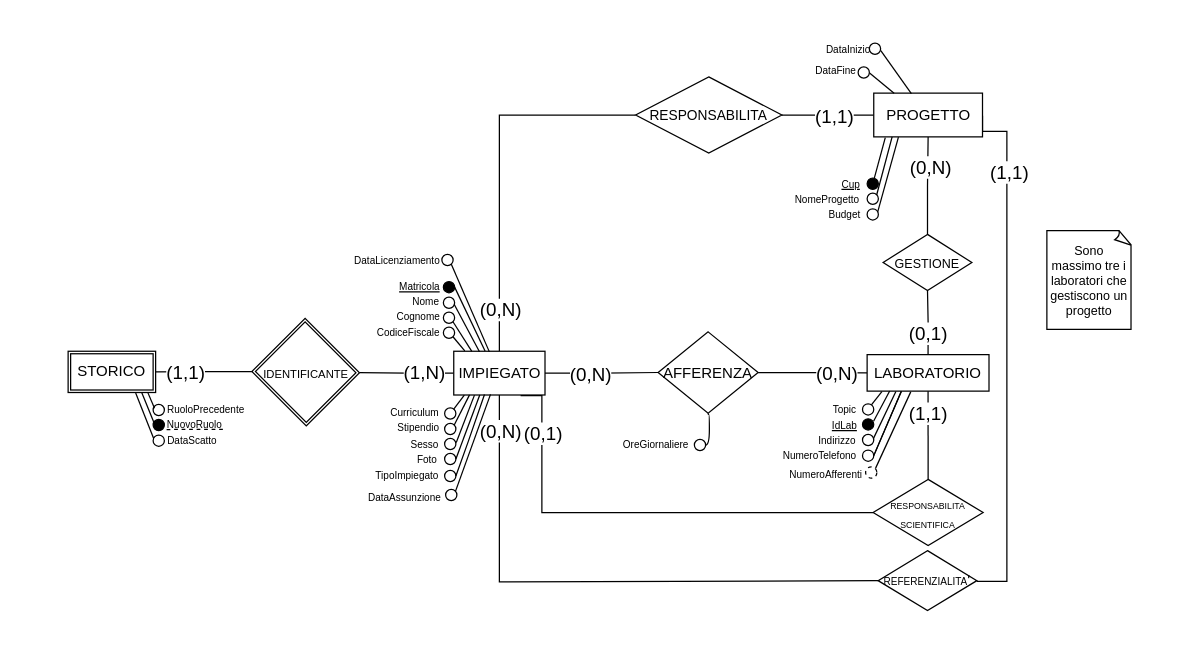
terrecruis/Progetto-Azienda keeps this draw.io diagram as DIAGRAMMI E MAPPING/Ristrutturato/Ristrutturato_E:R.drawio. Above is the earlier version. Source tidied: cells renumbered, new cells numbered last; positions are measured from the earlier drawing's top-left corner, leaving out a move shared by most shapes. Both pictures are drawn from the tidied source at 125%, with x=0, y=0 at pixel (68, 35).
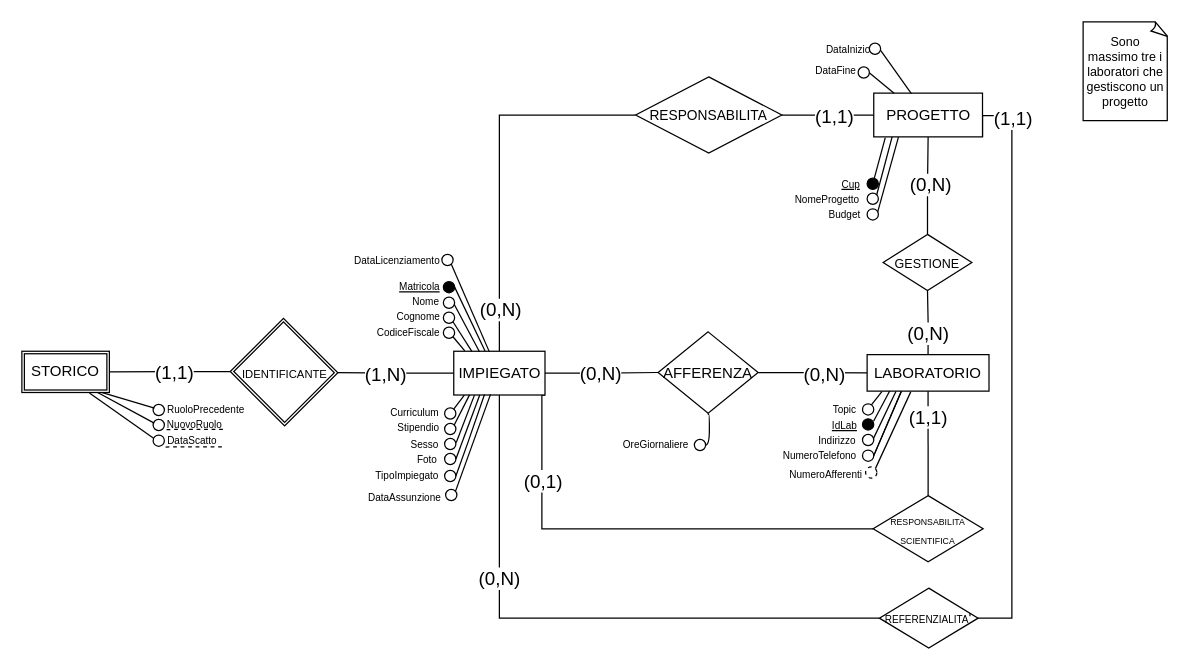
The same diagram, later.

The change refers to these unchanged cells:
```xml
<mxCell id="2" style="edgeStyle=orthogonalEdgeStyle;rounded=0;jettySize=auto;html=1;endArrow=none;endFill=0;exitX=0;exitY=0.5;exitDx=0;exitDy=0;labelBackgroundColor=none;fontColor=default;entryX=1;entryY=0;entryDx=0;entryDy=0;" parent="1" edge="1" source="31" target="82">
  <mxGeometry relative="1" as="geometry" />
</mxCell>
<mxCell id="4" style="edgeStyle=orthogonalEdgeStyle;rounded=0;jettySize=auto;html=1;endArrow=none;endFill=0;endSize=6;jumpStyle=none;align=center;exitX=1;exitY=0.5;exitDx=0;exitDy=0;labelBackgroundColor=none;fontColor=default;" parent="1" edge="1" source="31" target="12">
  <mxGeometry relative="1" as="geometry" />
</mxCell>
<mxCell id="6" style="edgeStyle=orthogonalEdgeStyle;rounded=0;jettySize=auto;html=1;endArrow=none;endFill=0;exitX=0.5;exitY=0;exitDx=0;exitDy=0;labelBackgroundColor=none;fontColor=default;" parent="1" edge="1" source="32" target="15">
  <mxGeometry relative="1" as="geometry" />
</mxCell>
<mxCell id="8" style="edgeStyle=orthogonalEdgeStyle;rounded=0;jettySize=auto;html=1;endArrow=none;endFill=0;entryX=1;entryY=0.5;entryDx=0;entryDy=0;labelBackgroundColor=none;fontColor=default;exitX=0;exitY=1;exitDx=0;exitDy=0;" parent="1" edge="1" source="82" target="81">
  <mxGeometry relative="1" as="geometry" />
</mxCell>
<mxCell id="10" style="edgeStyle=orthogonalEdgeStyle;rounded=0;jettySize=auto;html=1;endArrow=none;endFill=0;entryX=0;entryY=0.5;entryDx=0;entryDy=0;exitX=1;exitY=0.5;exitDx=0;exitDy=0;labelBackgroundColor=none;fontColor=default;" parent="1" edge="1" source="12" target="32">
  <mxGeometry relative="1" as="geometry" />
</mxCell>
<mxCell id="13" style="edgeStyle=orthogonalEdgeStyle;rounded=0;jettySize=auto;html=1;endArrow=none;endFill=0;entryX=0.5;entryY=1;entryDx=0;entryDy=0;labelBackgroundColor=none;fontColor=default;" parent="1" edge="1" source="15" target="33">
  <mxGeometry relative="1" as="geometry" />
</mxCell>
<mxCell id="31" value="IMPIEGATO" style="rounded=0;whiteSpace=wrap;html=1;labelBackgroundColor=none;" parent="1" vertex="1">
  <mxGeometry x="308.5" y="252.5" width="73" height="35" as="geometry" />
</mxCell>
<mxCell id="33" value="PROGETTO" style="rounded=0;whiteSpace=wrap;html=1;labelBackgroundColor=none;" parent="1" vertex="1">
  <mxGeometry x="644.5" y="46" width="87" height="35" as="geometry" />
</mxCell>
```

What changed in the source:
```diff
@@
     <mxCell id="3" value="&lt;font style=&quot;font-size: 15px;&quot;&gt;(1,N)&lt;/font&gt;" style="edgeLabel;html=1;align=center;verticalAlign=middle;" parent="2" vertex="1">
       <mxGeometry x="-0.41" relative="1" as="geometry">
-        <mxPoint x="-2" y="-2" as="offset" />
+        <mxPoint x="-28" as="offset" />
       </mxGeometry>
     </mxCell>
@@
     <mxCell id="5" value="&lt;font style=&quot;font-size: 15px;&quot;&gt;(0,N)&lt;/font&gt;" style="edgeLabel;html=1;align=center;verticalAlign=middle;" parent="4" vertex="1">
       <mxGeometry x="-0.58" y="1" relative="1" as="geometry">
-        <mxPoint x="17" y="1" as="offset" />
+        <mxPoint x="25" as="offset" />
       </mxGeometry>
     </mxCell>
@@
-    <mxCell id="7" value="(0,1)" style="edgeLabel;html=1;align=center;verticalAlign=middle;fontSize=15;" parent="6" vertex="1">
+    <mxCell id="7" value="(0,N)" style="edgeLabel;html=1;align=center;verticalAlign=middle;fontSize=15;" parent="6" vertex="1">
       <mxGeometry x="-0.38" y="-1" relative="1" as="geometry">
         <mxPoint x="-1" y="-2" as="offset" />
       </mxGeometry>
     </mxCell>
@@
     <mxCell id="9" value="&lt;font style=&quot;font-size: 15px;&quot;&gt;(1,1)&lt;/font&gt;" style="edgeLabel;html=1;align=center;verticalAlign=middle;" parent="8" vertex="1">
-      <mxGeometry x="0.4" y="-1" relative="1" as="geometry" />
+      <mxGeometry x="0.4" y="-1" relative="1" as="geometry">
+        <mxPoint x="22" as="offset" />
+      </mxGeometry>
     </mxCell>
@@
     <mxCell id="11" value="(0,N)" style="edgeLabel;html=1;align=center;verticalAlign=middle;fontSize=15;" parent="10" vertex="1">
       <mxGeometry x="0.57" relative="1" as="geometry">
-        <mxPoint x="-6" as="offset" />
+        <mxPoint x="-16" y="1" as="offset" />
       </mxGeometry>
     </mxCell>
@@
     <mxCell id="14" value="(0,N)" style="edgeLabel;html=1;align=center;verticalAlign=middle;fontSize=15;" parent="13" vertex="1">
       <mxGeometry x="0.61" relative="1" as="geometry">
-        <mxPoint x="1" y="8" as="offset" />
+        <mxPoint x="1" y="22" as="offset" />
       </mxGeometry>
     </mxCell>
@@
     <mxCell id="21" value="&lt;font style=&quot;font-size: 8px;&quot;&gt;REFERENZIALITA&lt;/font&gt;'" style="rhombus;whiteSpace=wrap;html=1;rounded=0;labelBackgroundColor=none;fillColor=default;" parent="1" vertex="1">
-      <mxGeometry x="648" y="412" width="79" height="48" as="geometry" />
+      <mxGeometry x="649" y="442" width="79" height="48" as="geometry" />
     </mxCell>
     <mxCell id="22" style="endArrow=none;html=1;exitX=0.5;exitY=1;exitDx=0;exitDy=0;edgeStyle=orthogonalEdgeStyle;rounded=0;labelBackgroundColor=none;fontColor=default;entryX=0;entryY=0.5;entryDx=0;entryDy=0;" parent="1" edge="1" source="31" target="21">
       <mxGeometry relative="1" as="geometry">
         <Array as="points">
-          <mxPoint x="345" y="437" />
+          <mxPoint x="345" y="466" />
         </Array>
       </mxGeometry>
     </mxCell>
     <mxCell id="23" value="(0,N)" style="edgeLabel;html=1;align=center;verticalAlign=middle;fontSize=15;" parent="22" vertex="1">
       <mxGeometry x="-0.9" y="1" relative="1" as="geometry">
-        <mxPoint x="-1" y="5" as="offset" />
+        <mxPoint x="-2" y="122" as="offset" />
       </mxGeometry>
     </mxCell>
-    <mxCell id="24" style="endArrow=none;html=1;exitX=1;exitY=0.5;exitDx=0;exitDy=0;entryX=1;entryY=0.5;entryDx=0;entryDy=0;edgeStyle=orthogonalEdgeStyle;rounded=0;labelBackgroundColor=none;fontColor=default;" parent="1" edge="1">
+    <mxCell id="24" style="endArrow=none;html=1;exitX=1;exitY=0.5;exitDx=0;exitDy=0;entryX=1;entryY=1;entryDx=0;entryDy=0;edgeStyle=orthogonalEdgeStyle;rounded=0;labelBackgroundColor=none;fontColor=default;" parent="1" edge="1" source="21" target="33">
       <mxGeometry relative="1" as="geometry">
-        <mxPoint x="727" y="436.5" as="sourcePoint" />
-        <mxPoint x="731.5" y="64" as="targetPoint" />
         <Array as="points">
-          <mxPoint x="751" y="436.5" />
-          <mxPoint x="751" y="76.5" />
-          <mxPoint x="732" y="76.5" />
+          <mxPoint x="755" y="466" />
+          <mxPoint x="755" y="64" />
+          <mxPoint x="732" y="64" />
         </Array>
       </mxGeometry>
     </mxCell>
     <mxCell id="25" value="(1,1)" style="edgeLabel;html=1;align=center;verticalAlign=middle;fontSize=15;" parent="24" vertex="1">
       <mxGeometry x="0.88" y="-1" relative="1" as="geometry">
-        <mxPoint x="8" y="33" as="offset" />
+        <mxPoint x="12" y="2" as="offset" />
       </mxGeometry>
     </mxCell>
-    <mxCell id="26" style="endArrow=none;html=1;entryX=0;entryY=0.5;entryDx=0;entryDy=0;edgeStyle=orthogonalEdgeStyle;rounded=0;labelBackgroundColor=none;fontColor=default;" parent="1" edge="1" target="28">
+    <mxCell id="26" style="endArrow=none;html=1;entryX=0;entryY=0.5;entryDx=0;entryDy=0;edgeStyle=orthogonalEdgeStyle;rounded=0;labelBackgroundColor=none;fontColor=default;exitX=1;exitY=1;exitDx=0;exitDy=0;" parent="1" edge="1" source="31" target="28">
       <mxGeometry relative="1" as="geometry">
-        <mxPoint x="362" y="288" as="sourcePoint" />
         <Array as="points">
           <mxPoint x="379" y="288" />
-          <mxPoint x="379" y="382" />
+          <mxPoint x="379" y="394" />
+          <mxPoint x="644" y="394" />
         </Array>
       </mxGeometry>
     </mxCell>
     <mxCell id="27" value="(0,1)" style="edgeLabel;html=1;align=center;verticalAlign=middle;fontSize=15;" parent="26" vertex="1">
       <mxGeometry x="-0.9" y="-2" relative="1" as="geometry">
-        <mxPoint x="2" y="27" as="offset" />
+        <mxPoint x="2" y="51" as="offset" />
       </mxGeometry>
     </mxCell>
     <mxCell id="28" value="&lt;font style=&quot;font-size: 7px;&quot;&gt;RESPONSABILITA&lt;br&gt;SCIENTIFICA&lt;/font&gt;" style="rhombus;whiteSpace=wrap;html=1;rounded=0;labelBackgroundColor=none;" parent="1" vertex="1">
-      <mxGeometry x="644" y="355" width="88" height="53" as="geometry" />
+      <mxGeometry x="644" y="368" width="88" height="53" as="geometry" />
     </mxCell>
@@
-    <mxCell id="59" style="ellipse;whiteSpace=wrap;html=1;fillColor=#000000;" parent="1" vertex="1">
+    <mxCell id="59" style="ellipse;whiteSpace=wrap;html=1;fillColor=none;" parent="1" vertex="1">
       <mxGeometry x="68" y="307" width="9" height="9" as="geometry" />
     </mxCell>
@@
     <mxCell id="81" value="STORICO" style="shape=ext;double=1;rounded=0;whiteSpace=wrap;html=1;" parent="1" vertex="1">
-      <mxGeometry y="252.5" width="70" height="33" as="geometry" />
+      <mxGeometry x="-37" y="252.5" width="70" height="33" as="geometry" />
     </mxCell>
     <mxCell id="82" style="shape=ext;double=1;rounded=0;whiteSpace=wrap;html=1;rotation=45;" parent="1" vertex="1">
-      <mxGeometry x="159.3" y="239.1" width="61.5" height="60.2" as="geometry" />
+      <mxGeometry x="142" y="239.1" width="61.5" height="60.2" as="geometry" />
     </mxCell>
     <mxCell id="83" value="&lt;font style=&quot;font-size: 9px;&quot;&gt;IDENTIFICANTE&lt;/font&gt;" style="text;html=1;align=center;verticalAlign=middle;strokeColor=none;fillColor=none;" parent="1" vertex="1">
-      <mxGeometry x="147" y="256.5" width="86" height="26" as="geometry" />
+      <mxGeometry x="130" y="257" width="86" height="26" as="geometry" />
     </mxCell>
@@
     <mxCell id="99" value="&lt;font style=&quot;font-size: 10px;&quot;&gt;Sono massimo tre i laboratori che gestiscono un progetto&lt;/font&gt;" style="whiteSpace=wrap;html=1;shape=mxgraph.basic.document;fontSize=8;fillColor=#ffffff;" parent="1" vertex="1">
-      <mxGeometry x="783" y="156" width="68" height="79" as="geometry" />
+      <mxGeometry x="812" y="-11" width="68" height="79" as="geometry" />
     </mxCell>
@@
+    <mxCell id="116" style="endArrow=none;dashed=1;html=1;rounded=0;fontSize=8;fillColor=#ffffff;entryX=1;entryY=1;entryDx=0;entryDy=0;exitX=0.017;exitY=1.012;exitDx=0;exitDy=0;exitPerimeter=0;" parent="1" edge="1">
+      <mxGeometry relative="1" as="geometry">
+        <mxPoint x="78" y="329.1" as="sourcePoint" />
+        <mxPoint x="124.2" y="329" as="targetPoint" />
+      </mxGeometry>
+    </mxCell>
```
